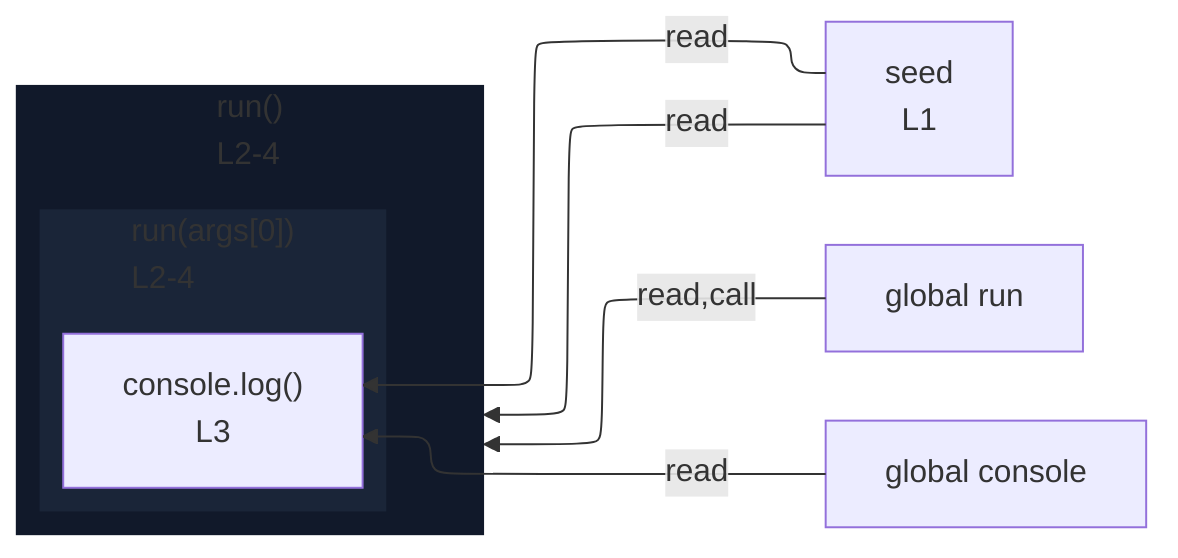
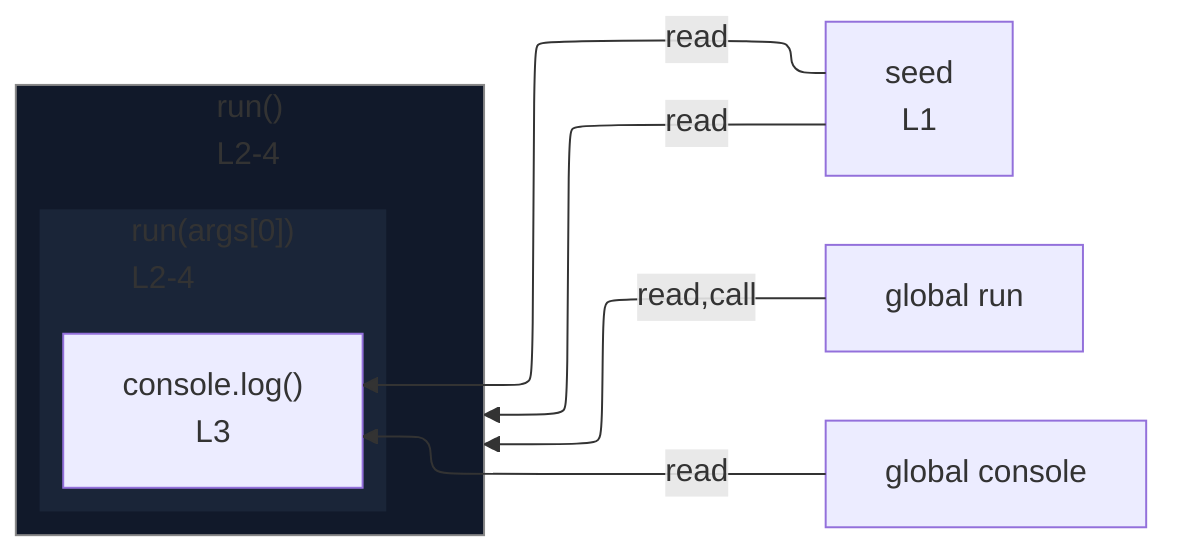
%%{init: {"flowchart": {"defaultRenderer": "elk"}}}%%
flowchart RL
  n_scope_0_seed_6["seed<br/>L1"]
  n_scope_0_run_17["global run"]
  n_scope_0_console_31["global console"]
  subgraph expr_stmt_17["run()<br/>L2-4"]
    direction RL
    subgraph s_scope_1["run(args[0])<br/>L2-4"]
      direction RL
      expr_stmt_31["console.log()<br/>L3"]
    end
  end
  n_scope_0_run_17 -->|read,call| expr_stmt_17
  n_scope_0_console_31 -->|read| expr_stmt_31
  n_scope_0_seed_6 -->|read| expr_stmt_31
  n_scope_0_seed_6 -->|read| expr_stmt_17
  classDef nestL1 fill:#11192a,stroke:transparent;
  class expr_stmt_17 nestL1;
  classDef nestL2 fill:#1a2538,stroke:transparent;
  class s_scope_1 nestL2;
+   classDef edgeTargetSubgraph stroke:#888;
+   class expr_stmt_17 edgeTargetSubgraph;
